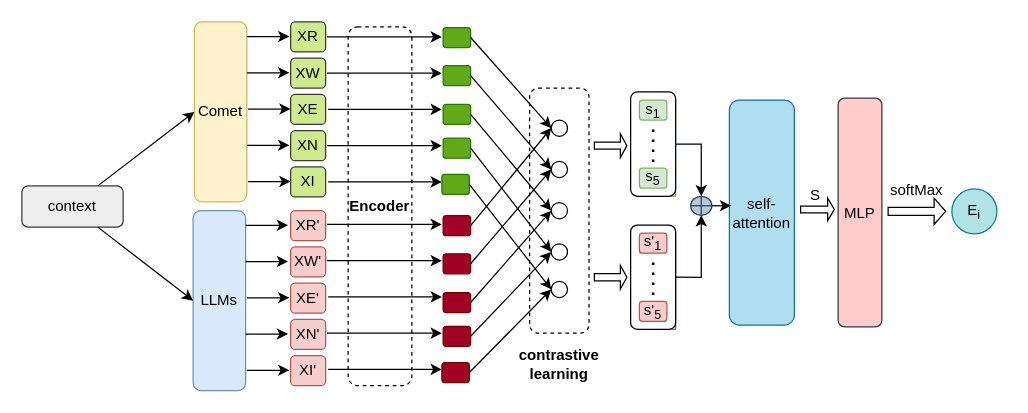
This is 未命名绘图.drawio from ShizhongP/dl-notes, a draw.io file, before an edit. Source tidied: cells renumbered, new cells numbered last; positions are measured from the earlier drawing's top-left corner, leaving out a move shared by most shapes. Both pictures are drawn from the tidied source at 125%, with x=0, y=0 at pixel (21, 21).
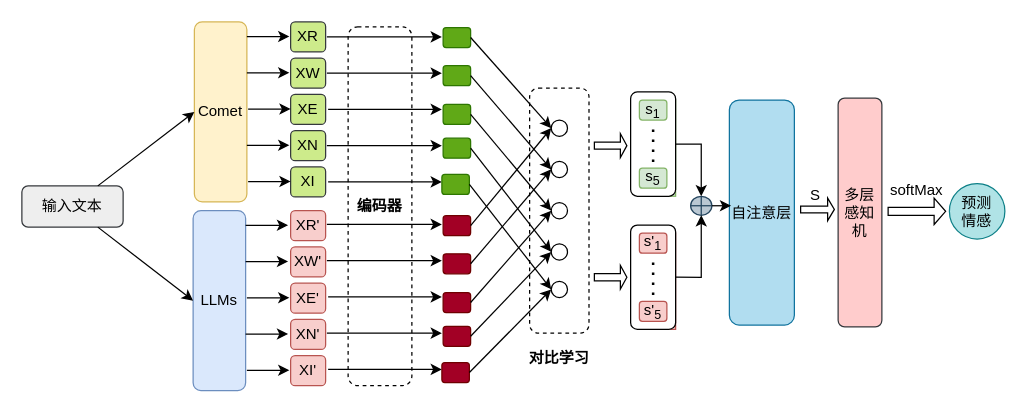
Above is the later version.

Commit message:
更新未命名绘图.drawio

The edit, as a diff of the source:
```diff
@@
-    <mxCell id="2" value="context" style="rounded=1;whiteSpace=wrap;html=1;fillColor=#eeeeee;strokeColor=#36393d;" parent="1" vertex="1">
+    <mxCell id="2" value="输入文本" style="rounded=1;whiteSpace=wrap;html=1;fillColor=#eeeeee;strokeColor=#36393d;" parent="1" vertex="1">
       <mxGeometry y="131.2" width="81" height="33" as="geometry" />
     </mxCell>
@@
-    <mxCell id="22" value="&lt;b&gt;Encoder&lt;/b&gt;" style="rounded=1;whiteSpace=wrap;html=1;dashed=1;" parent="1" vertex="1">
+    <mxCell id="22" value="&lt;b&gt;编码器&lt;/b&gt;" style="rounded=1;whiteSpace=wrap;html=1;dashed=1;" parent="1" vertex="1">
       <mxGeometry x="261" y="4" width="51" height="287" as="geometry" />
     </mxCell>
@@
-    <mxCell id="71" value="&lt;b&gt;contrastive&lt;br&gt;learning&lt;/b&gt;" style="text;html=1;align=center;verticalAlign=middle;whiteSpace=wrap;rounded=0;" parent="1" vertex="1">
-      <mxGeometry x="400" y="258.5" width="60" height="30" as="geometry" />
+    <mxCell id="71" value="&lt;b&gt;对比学习&lt;/b&gt;" style="text;html=1;align=center;verticalAlign=middle;whiteSpace=wrap;rounded=0;" parent="1" vertex="1">
+      <mxGeometry x="400" y="254" width="60" height="30" as="geometry" />
     </mxCell>
@@
-    <mxCell id="79" value="self-&lt;br&gt;attention" style="rounded=1;whiteSpace=wrap;html=1;fillColor=#b1ddf0;strokeColor=#10739e;" parent="1" vertex="1">
+    <mxCell id="79" value="自注意层" style="rounded=1;whiteSpace=wrap;html=1;fillColor=#b1ddf0;strokeColor=#10739e;" parent="1" vertex="1">
       <mxGeometry x="566" y="62.5" width="52" height="180" as="geometry" />
     </mxCell>
@@
-    <mxCell id="81" value="MLP" style="rounded=1;whiteSpace=wrap;html=1;fillColor=#ffcccc;strokeColor=#36393d;" parent="1" vertex="1">
+    <mxCell id="81" value="多层&lt;div&gt;感知&lt;/div&gt;&lt;div&gt;机&lt;/div&gt;" style="rounded=1;whiteSpace=wrap;html=1;fillColor=#ffcccc;strokeColor=#36393d;" parent="1" vertex="1">
       <mxGeometry x="653" y="61" width="35" height="183" as="geometry" />
     </mxCell>
@@
-    <mxCell id="86" value="E&lt;sub&gt;i&lt;/sub&gt;" style="ellipse;whiteSpace=wrap;html=1;fillColor=#b0e3e6;strokeColor=#0e8088;" parent="1" vertex="1">
-      <mxGeometry x="744" y="133.6" width="36" height="36" as="geometry" />
+    <mxCell id="86" value="预测&lt;div&gt;情感&lt;/div&gt;" style="ellipse;whiteSpace=wrap;html=1;fillColor=#b0e3e6;strokeColor=#0e8088;" parent="1" vertex="1">
+      <mxGeometry x="742" y="129.3" width="44.4" height="44.4" as="geometry" />
     </mxCell>
```
